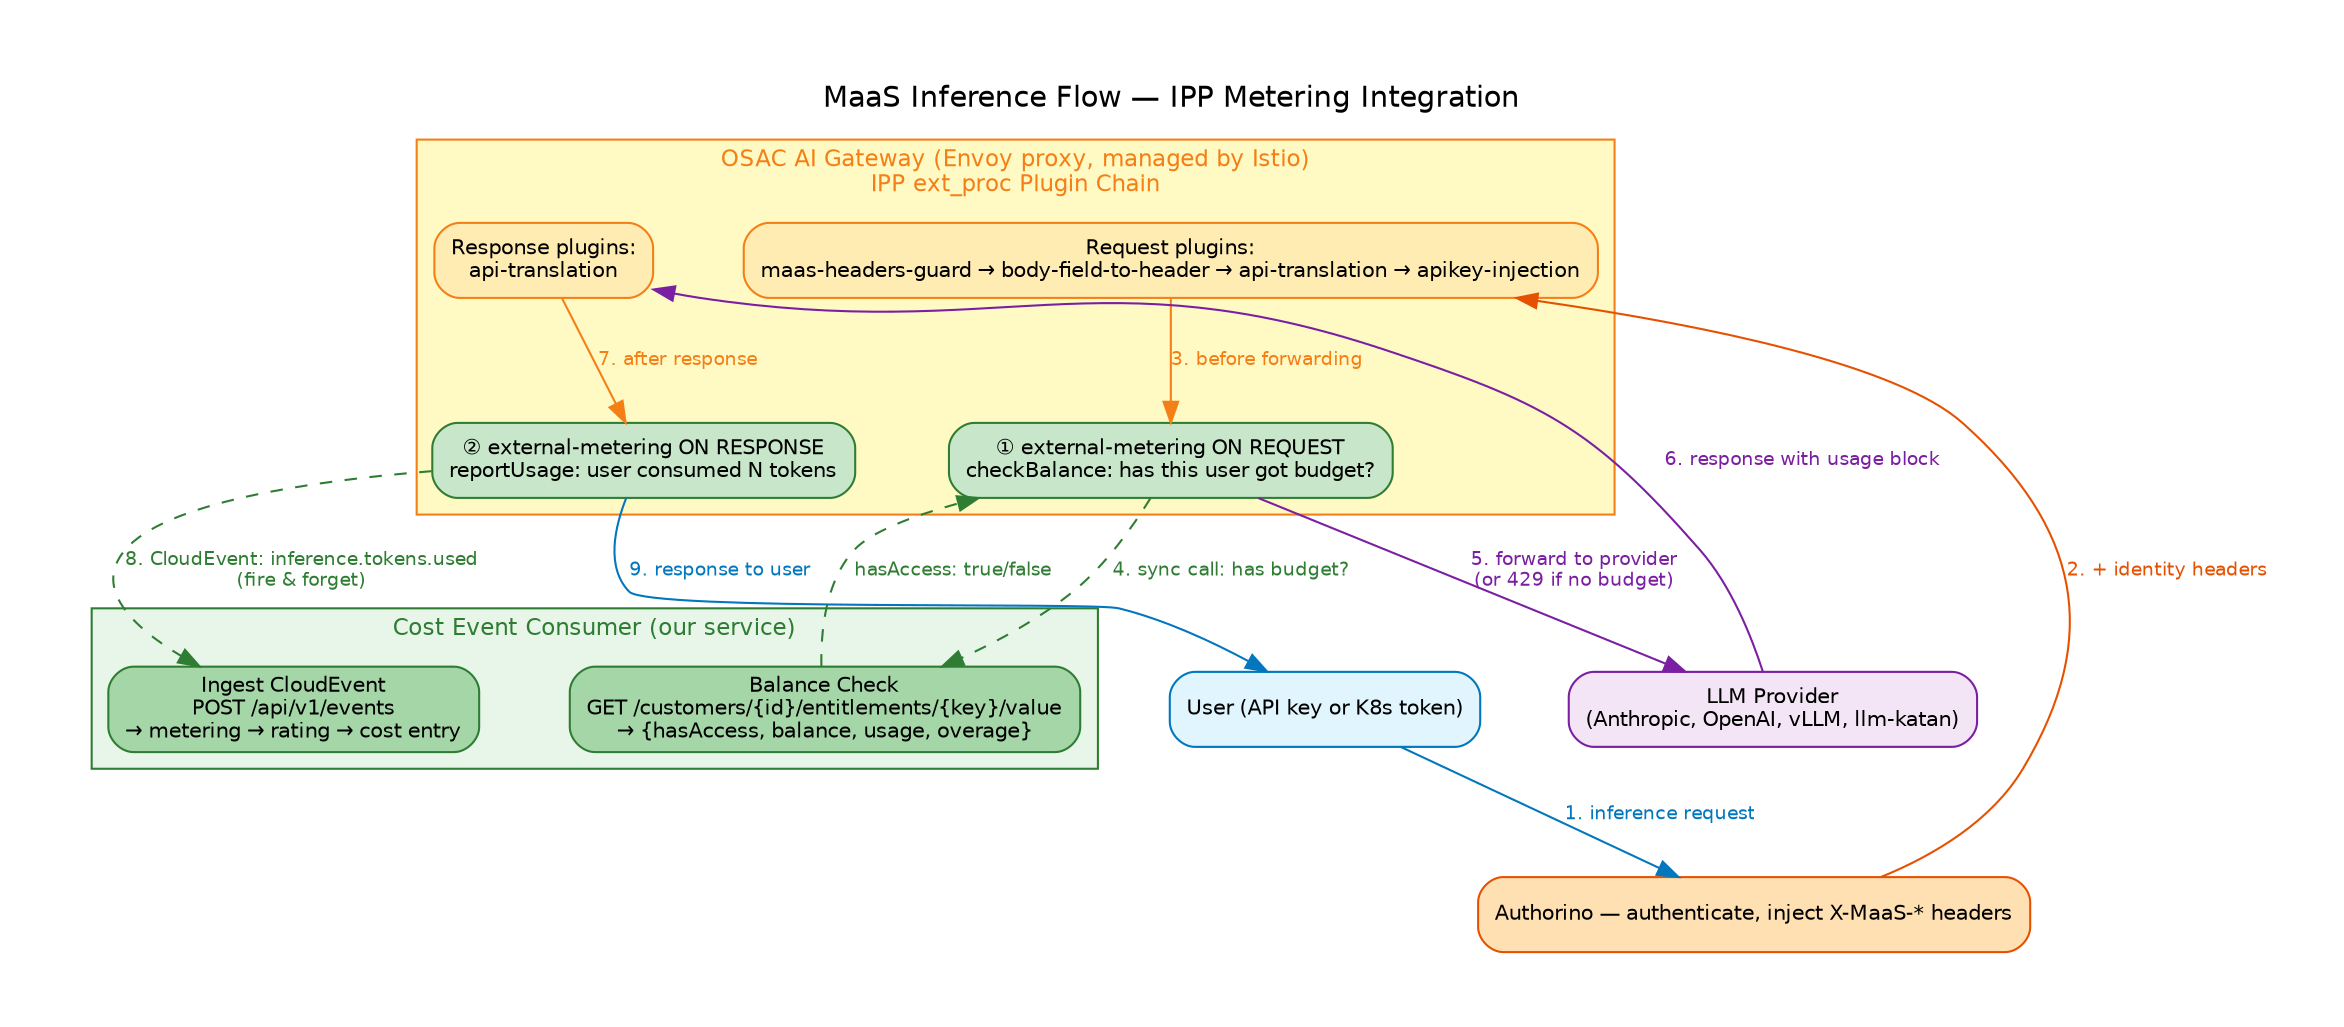
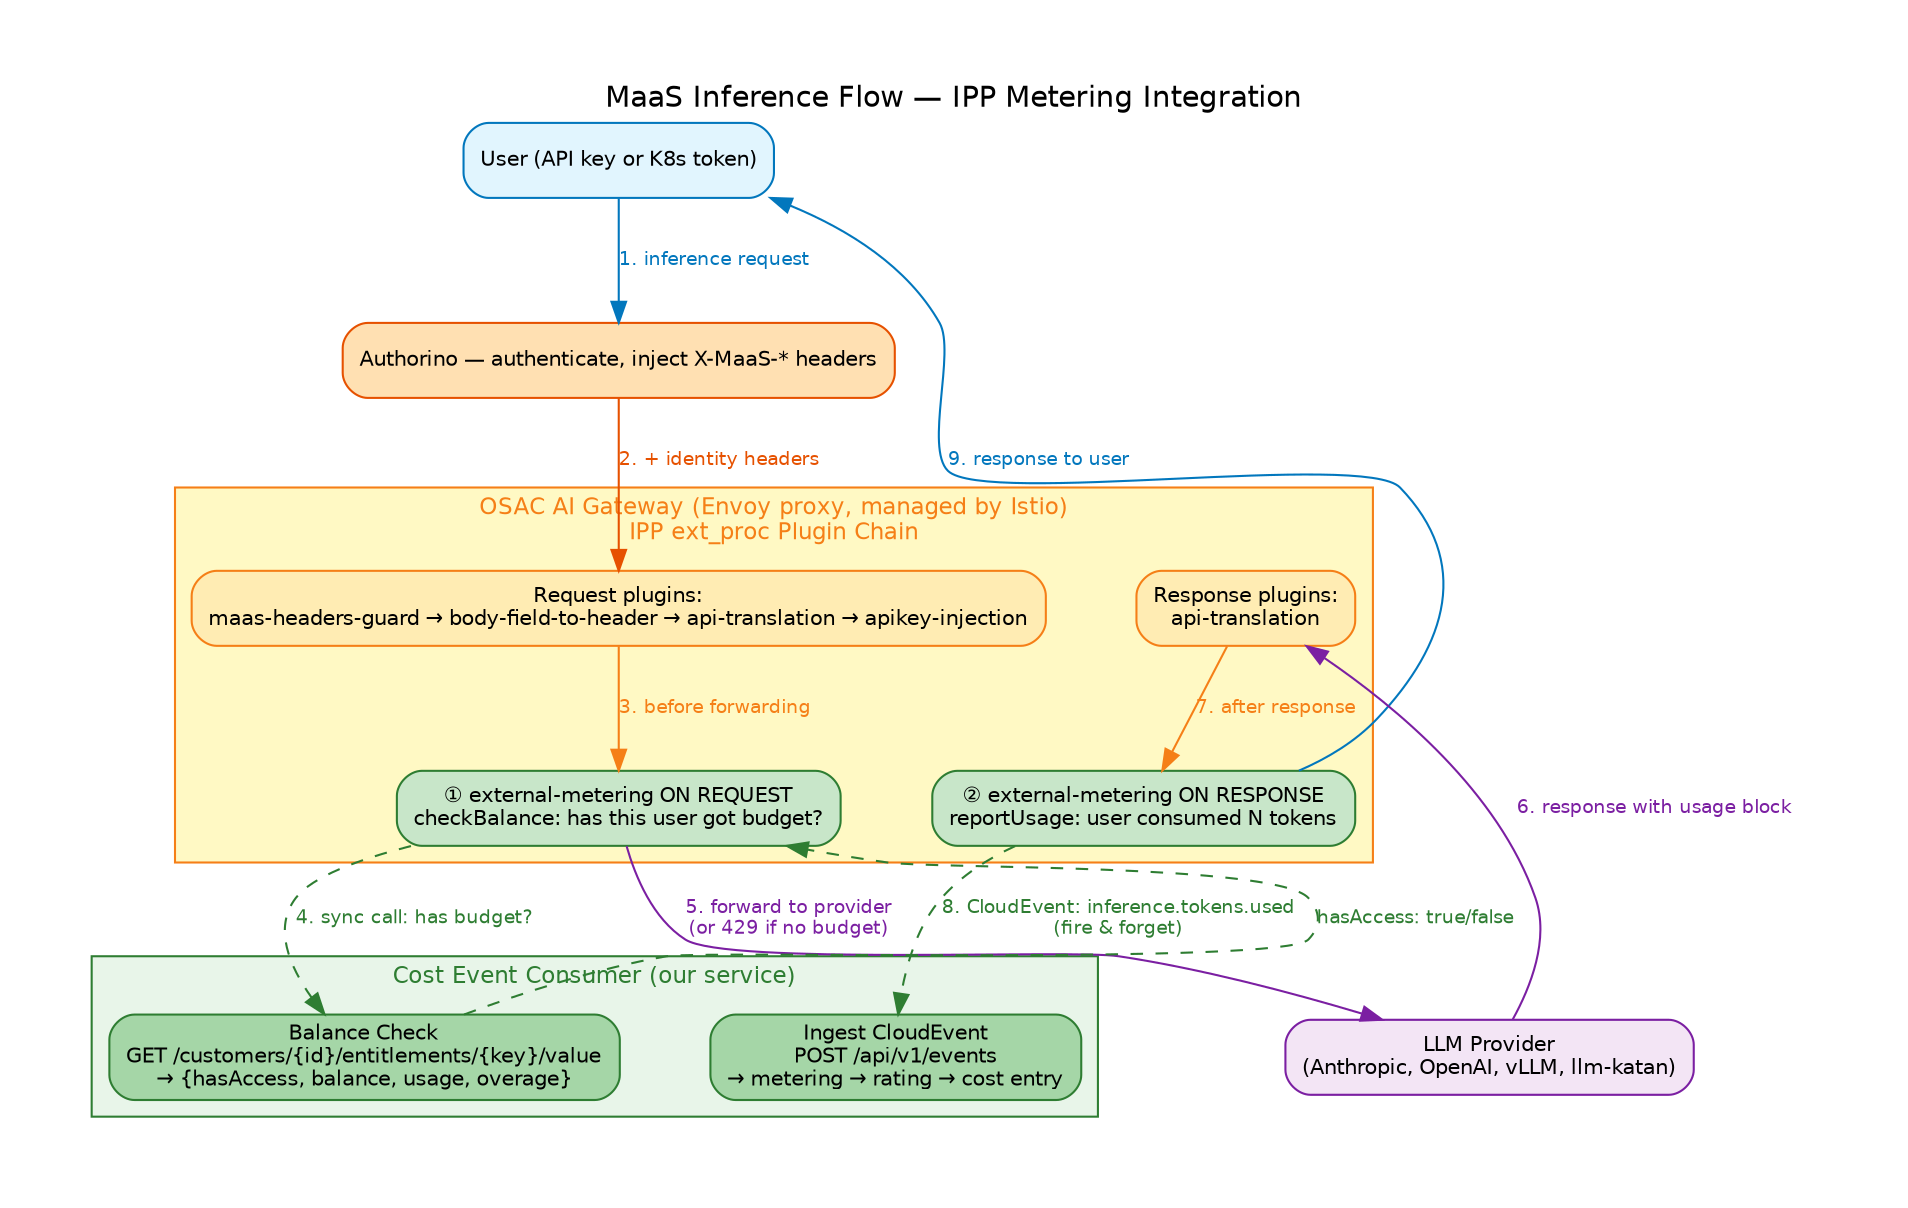
// MaaS Inference Flow — IPP Metering Integration
// How inference requests flow through the gateway and generate cost events

digraph maas_flow {
    graph [
        rankdir=TB
        fontname="Helvetica"
        fontsize=14
        label="MaaS Inference Flow — IPP Metering Integration"
        labelloc=t
        bgcolor=white
        pad=0.5
        nodesep=0.6
        ranksep=0.7
    ]
    node [fontname="Helvetica" fontsize=10]
    edge [fontname="Helvetica" fontsize=9 color="#555555"]

    // ── User ──
    user [label="User (API key or K8s token)" shape=box style="filled,rounded" fillcolor="#E1F5FE" color="#0277BD"]

    // ── Auth ──
    auth [label="Authorino — authenticate, inject X-MaaS-* headers" shape=box style="filled,rounded" fillcolor="#FFE0B2" color="#E65100"]

    // ── Gateway ──
    subgraph cluster_gateway {
        label="OSAC AI Gateway (Envoy proxy, managed by Istio)\nIPP ext_proc Plugin Chain"
        style=filled
        fillcolor="#FFF9C4"
        color="#F57F17"
        fontcolor="#F57F17"
        fontsize=11

        // Request path
        req_plugins [label="Request plugins:\nmaas-headers-guard → body-field-to-header → api-translation → apikey-injection" shape=box style="filled,rounded" fillcolor="#FFECB3" color="#F57F17"]

        metering_req [label="① external-metering ON REQUEST\ncheckBalance: has this user got budget?" shape=box style="filled,rounded" fillcolor="#C8E6C9" color="#2E7D32"]

        // Response path
        metering_resp [label="② external-metering ON RESPONSE\nreportUsage: user consumed N tokens" shape=box style="filled,rounded" fillcolor="#C8E6C9" color="#2E7D32"]

        resp_plugins [label="Response plugins:\napi-translation" shape=box style="filled,rounded" fillcolor="#FFECB3" color="#F57F17"]
    }

    // ── LLM ──
    llm [label="LLM Provider\n(Anthropic, OpenAI, vLLM, llm-katan)" shape=box style="filled,rounded" fillcolor="#F3E5F5" color="#7B1FA2"]

    // ── Cost System ──
    subgraph cluster_cost {
        label="Cost Event Consumer (our service)"
        style=filled
        fillcolor="#E8F5E9"
        color="#2E7D32"
        fontcolor="#2E7D32"
        fontsize=11

        balance [label="Balance Check\nGET /customers/{id}/entitlements/{key}/value\n→ {hasAccess, balance, usage, overage}" shape=box style="filled,rounded" fillcolor="#A5D6A7" color="#2E7D32"]
        ingest [label="Ingest CloudEvent\nPOST /api/v1/events\n→ metering → rating → cost entry" shape=box style="filled,rounded" fillcolor="#A5D6A7" color="#2E7D32"]
    }

+     ingest -> user [style=invis constraint=false weight=5]
    // ── Request flow (top to bottom) ──
    user -> auth [label="1. inference request" color="#0277BD" fontcolor="#0277BD"]
    auth -> req_plugins [label="2. + identity headers" color="#E65100" fontcolor="#E65100"]
    req_plugins -> metering_req [label="3. before forwarding" color="#F57F17" fontcolor="#F57F17"]
    metering_req -> balance [label="4. sync call: has budget?" color="#2E7D32" fontcolor="#2E7D32" style=dashed]
-     balance -> metering_req [label="hasAccess: true/false" color="#2E7D32" fontcolor="#2E7D32" style=dashed]
+     balance -> metering_req [label="hasAccess: true/false" color="#2E7D32" fontcolor="#2E7D32" style=dashed constraint=false]
    metering_req -> llm [label="5. forward to provider\n(or 429 if no budget)" color="#7B1FA2" fontcolor="#7B1FA2"]

    // ── Response flow (bottom to top) ──
    llm -> resp_plugins [label="6. response with usage block" color="#7B1FA2" fontcolor="#7B1FA2"]
    resp_plugins -> metering_resp [label="7. after response" color="#F57F17" fontcolor="#F57F17"]
    metering_resp -> ingest [label="8. CloudEvent: inference.tokens.used\n(fire & forget)" color="#2E7D32" fontcolor="#2E7D32" style=dashed]
-     metering_resp -> user [label="9. response to user" color="#0277BD" fontcolor="#0277BD"]
+     metering_resp -> user [label="9. response to user" color="#0277BD" fontcolor="#0277BD" constraint=false]
}
